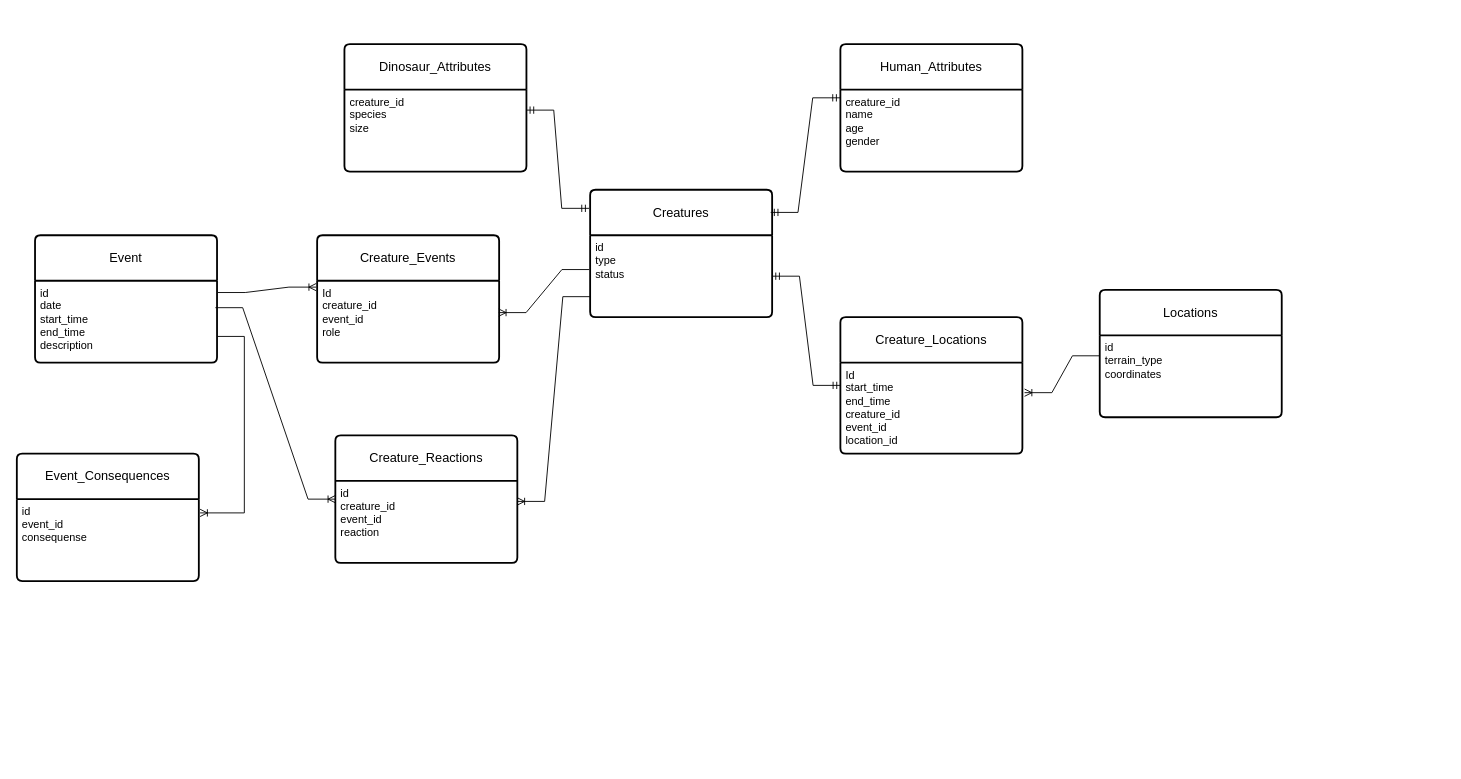
Megadeth2006/ITMO_files keeps this draw.io diagram as DataBases/lab1/diagrams/infological.drawio. Above is the earlier version. Source tidied: cells renumbered, new cells numbered last; positions are measured from the earlier drawing's top-left corner, leaving out a move shared by most shapes. Both pictures are drawn from the tidied source at 91%, with x=0, y=0 at pixel (16, 44).
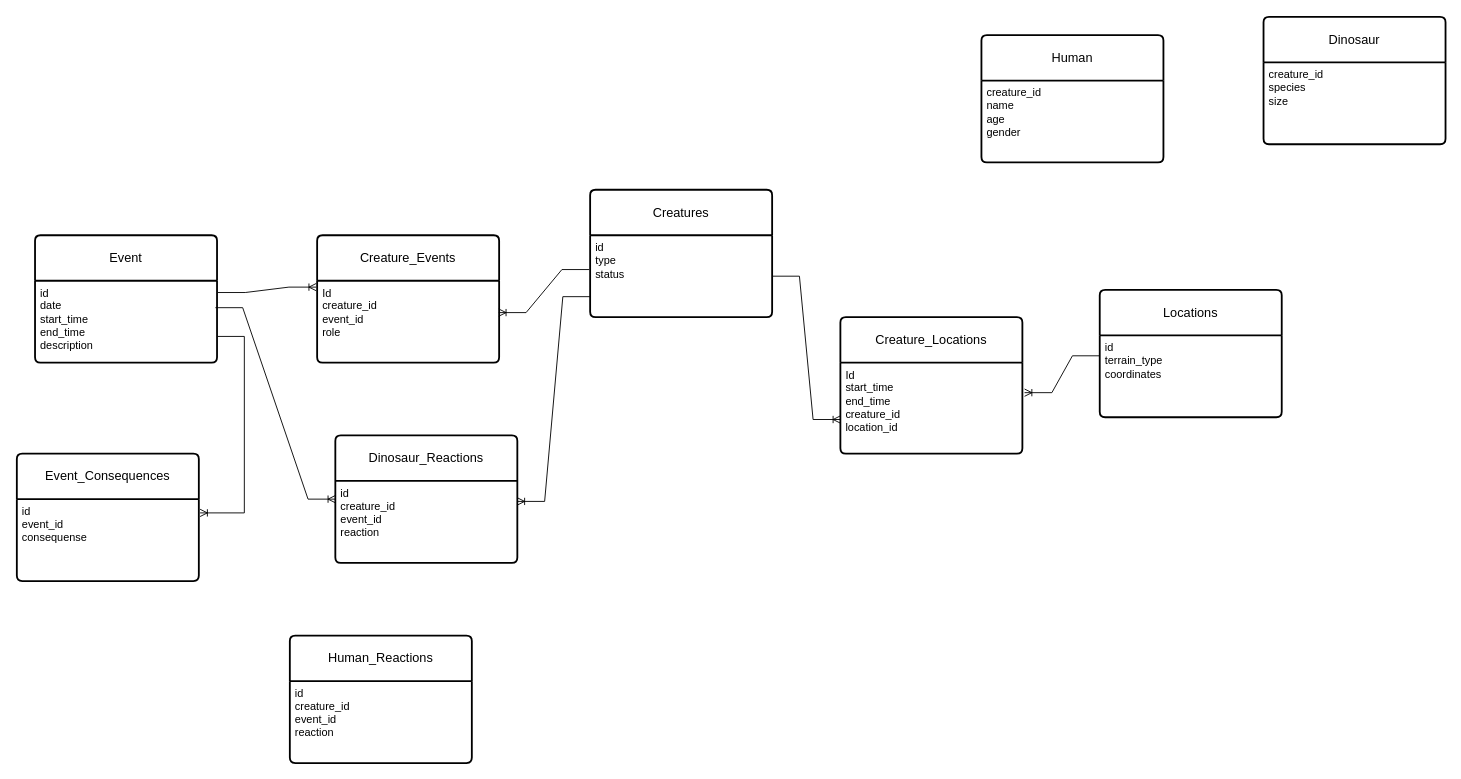
Above is the later version.

The change refers to these unchanged cells:
```xml
<mxCell id="2" value="Creatures" style="swimlane;horizontal=1;startSize=50;rounded=1;fontSize=14;fontStyle=0;strokeWidth=2;shadow=0;dashed=0;align=center;arcSize=4;whiteSpace=wrap;html=1;" parent="1" vertex="1">
  <mxGeometry x="630" y="160" width="200" height="140" as="geometry" />
</mxCell>
<mxCell id="3" value="id&lt;div&gt;type&lt;br&gt;&lt;div&gt;status&lt;/div&gt;&lt;/div&gt;" style="align=left;strokeColor=none;fillColor=none;spacingLeft=4;fontSize=12;verticalAlign=top;html=1;" parent="2" vertex="1">
  <mxGeometry y="50" width="200" height="90" as="geometry" />
</mxCell>
<mxCell id="16" value="Creature_Locations" style="swimlane;horizontal=1;startSize=50;rounded=1;fontSize=14;fontStyle=0;strokeWidth=2;shadow=0;dashed=0;align=center;arcSize=4;whiteSpace=wrap;html=1;" parent="1" vertex="1">
  <mxGeometry x="905" y="300" width="200" height="150" as="geometry" />
</mxCell>
```

Change to the diagram source:
```diff
@@
-    <mxCell id="4" value="Human_Attributes" style="swimlane;horizontal=1;startSize=50;rounded=1;fontSize=14;fontStyle=0;strokeWidth=2;shadow=0;dashed=0;align=center;arcSize=4;whiteSpace=wrap;html=1;" parent="1" vertex="1">
-      <mxGeometry x="905" width="200" height="140" as="geometry" />
-    </mxCell>
-    <mxCell id="5" value="&lt;div&gt;creature_id&lt;/div&gt;name&lt;div&gt;age&lt;/div&gt;&lt;div&gt;gender&lt;/div&gt;" style="align=left;strokeColor=none;fillColor=none;spacingLeft=4;fontSize=12;verticalAlign=top;html=1;" parent="4" vertex="1">
-      <mxGeometry y="50" width="200" height="90" as="geometry" />
-    </mxCell>
@@
-    <mxCell id="10" value="Dinosaur_Attributes" style="swimlane;horizontal=1;startSize=50;rounded=1;fontSize=14;fontStyle=0;strokeWidth=2;shadow=0;dashed=0;align=center;arcSize=4;whiteSpace=wrap;html=1;" parent="1" vertex="1">
-      <mxGeometry x="360" width="200" height="140" as="geometry" />
-    </mxCell>
-    <mxCell id="11" value="&lt;div&gt;creature_id&lt;/div&gt;species&lt;div&gt;size&lt;/div&gt;" style="align=left;strokeColor=none;fillColor=none;spacingLeft=4;fontSize=12;verticalAlign=top;html=1;" parent="10" vertex="1">
-      <mxGeometry y="50" width="200" height="90" as="geometry" />
-    </mxCell>
@@
-    <mxCell id="17" value="Id&lt;div&gt;start_time&lt;/div&gt;&lt;div&gt;end_time&lt;br&gt;&lt;div&gt;creature_id&lt;/div&gt;&lt;div&gt;event_id&lt;br&gt;&lt;div&gt;location_id&lt;/div&gt;&lt;/div&gt;&lt;/div&gt;" style="align=left;strokeColor=none;fillColor=none;spacingLeft=4;fontSize=12;verticalAlign=top;html=1;" parent="16" vertex="1">
+    <mxCell id="17" value="Id&lt;div&gt;start_time&lt;/div&gt;&lt;div&gt;end_time&lt;br&gt;&lt;div&gt;creature_id&lt;/div&gt;&lt;div&gt;&lt;div&gt;location_id&lt;/div&gt;&lt;/div&gt;&lt;/div&gt;" style="align=left;strokeColor=none;fillColor=none;spacingLeft=4;fontSize=12;verticalAlign=top;html=1;" parent="16" vertex="1">
       <mxGeometry y="50" width="200" height="100" as="geometry" />
     </mxCell>
-    <mxCell id="18" style="fontSize=12;html=1;endArrow=ERmandOne;startArrow=ERmandOne;rounded=0;exitX=-0.006;exitY=0.146;exitDx=0;exitDy=0;exitPerimeter=0;entryX=1;entryY=0.25;entryDx=0;entryDy=0;edgeStyle=entityRelationEdgeStyle;" parent="1" edge="1" source="2" target="11">
-      <mxGeometry relative="1" as="geometry">
-        <Array as="points">
-          <mxPoint x="660" y="80" />
-        </Array>
-      </mxGeometry>
-    </mxCell>
-    <mxCell id="19" style="fontSize=12;html=1;endArrow=ERmandOne;startArrow=ERmandOne;rounded=0;exitX=0.992;exitY=0.178;exitDx=0;exitDy=0;exitPerimeter=0;entryX=-0.002;entryY=0.1;entryDx=0;entryDy=0;entryPerimeter=0;edgeStyle=entityRelationEdgeStyle;" parent="1" edge="1" source="2" target="5">
-      <mxGeometry relative="1" as="geometry" />
-    </mxCell>
-    <mxCell id="20" style="edgeStyle=entityRelationEdgeStyle;fontSize=12;html=1;endArrow=ERmandOne;startArrow=ERmandOne;rounded=0;exitX=0;exitY=0.25;exitDx=0;exitDy=0;entryX=1;entryY=0.5;entryDx=0;entryDy=0;" parent="1" edge="1" source="17" target="3">
-      <mxGeometry relative="1" as="geometry" />
-    </mxCell>
@@
-    <mxCell id="25" value="Creature_Reactions" style="swimlane;horizontal=1;startSize=50;rounded=1;fontSize=14;fontStyle=0;strokeWidth=2;shadow=0;dashed=0;align=center;arcSize=4;whiteSpace=wrap;html=1;" parent="1" vertex="1">
+    <mxCell id="25" value="Dinosaur_Reactions" style="swimlane;horizontal=1;startSize=50;rounded=1;fontSize=14;fontStyle=0;strokeWidth=2;shadow=0;dashed=0;align=center;arcSize=4;whiteSpace=wrap;html=1;" parent="1" vertex="1">
       <mxGeometry x="350" y="430" width="200" height="140" as="geometry" />
     </mxCell>
@@
+    <mxCell id="29" style="edgeStyle=entityRelationEdgeStyle;fontSize=12;html=1;endArrow=ERoneToMany;rounded=0;exitX=1;exitY=0.5;exitDx=0;exitDy=0;entryX=0;entryY=0.75;entryDx=0;entryDy=0;" parent="1" edge="1" source="3" target="16">
+      <mxGeometry relative="1" as="geometry" />
+    </mxCell>
+    <mxCell id="30" value="Human" style="swimlane;horizontal=1;startSize=50;rounded=1;fontSize=14;fontStyle=0;strokeWidth=2;shadow=0;dashed=0;align=center;arcSize=4;whiteSpace=wrap;html=1;" parent="1" vertex="1">
+      <mxGeometry x="1060" y="-10" width="200" height="140" as="geometry" />
+    </mxCell>
+    <mxCell id="5" value="&lt;div&gt;creature_id&lt;/div&gt;name&lt;div&gt;age&lt;/div&gt;&lt;div&gt;gender&lt;/div&gt;" style="align=left;strokeColor=none;fillColor=none;spacingLeft=4;fontSize=12;verticalAlign=top;html=1;" parent="30" vertex="1">
+      <mxGeometry y="50" width="200" height="90" as="geometry" />
+    </mxCell>
+    <mxCell id="31" value="Dinosaur" style="swimlane;horizontal=1;startSize=50;rounded=1;fontSize=14;fontStyle=0;strokeWidth=2;shadow=0;dashed=0;align=center;arcSize=4;whiteSpace=wrap;html=1;" parent="1" vertex="1">
+      <mxGeometry x="1370" y="-30" width="200" height="140" as="geometry" />
+    </mxCell>
+    <mxCell id="11" value="&lt;div&gt;creature_id&lt;/div&gt;species&lt;div&gt;size&lt;/div&gt;" style="align=left;strokeColor=none;fillColor=none;spacingLeft=4;fontSize=12;verticalAlign=top;html=1;" parent="31" vertex="1">
+      <mxGeometry y="50" width="200" height="90" as="geometry" />
+    </mxCell>
+    <mxCell id="32" value="Human_Reactions" style="swimlane;horizontal=1;startSize=50;rounded=1;fontSize=14;fontStyle=0;strokeWidth=2;shadow=0;dashed=0;align=center;arcSize=4;whiteSpace=wrap;html=1;" parent="1" vertex="1">
+      <mxGeometry x="300" y="650" width="200" height="140" as="geometry" />
+    </mxCell>
+    <mxCell id="33" value="id&lt;div&gt;&lt;div&gt;creature_id&lt;/div&gt;&lt;div&gt;event_id&lt;/div&gt;&lt;div&gt;reaction&lt;/div&gt;&lt;/div&gt;" style="align=left;strokeColor=none;fillColor=none;spacingLeft=4;fontSize=12;verticalAlign=top;html=1;" parent="32" vertex="1">
+      <mxGeometry y="50" width="200" height="90" as="geometry" />
+    </mxCell>
```
